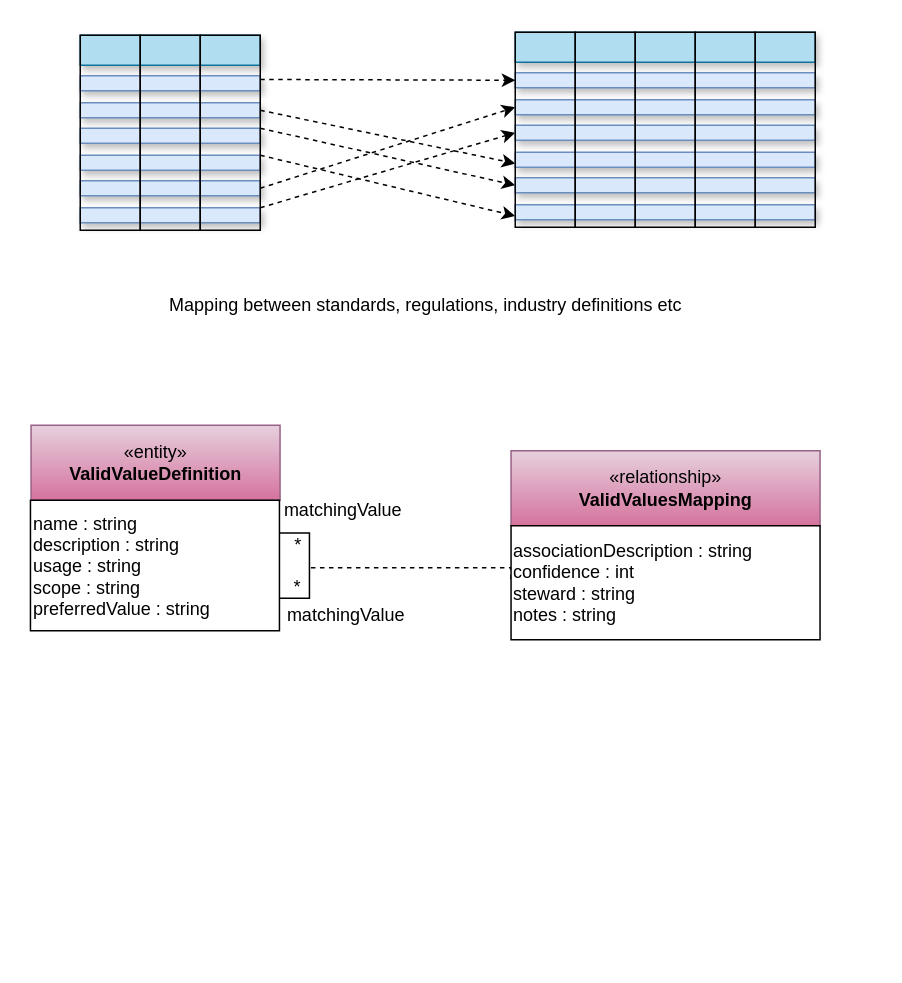
odpi/egeria-docs keeps this draw.io diagram as page "use-case-4-mapping" (7 of 7) of site/docs/features/reference-data-management/reference-data-management.drawio. Above is the earlier version. Source tidied: cells renumbered, new cells numbered last; positions are measured from the earlier drawing's top-left corner, leaving out a move shared by most shapes. Both pictures are drawn from the tidied source at 150%, with x=0, y=0 at pixel (30, 32).
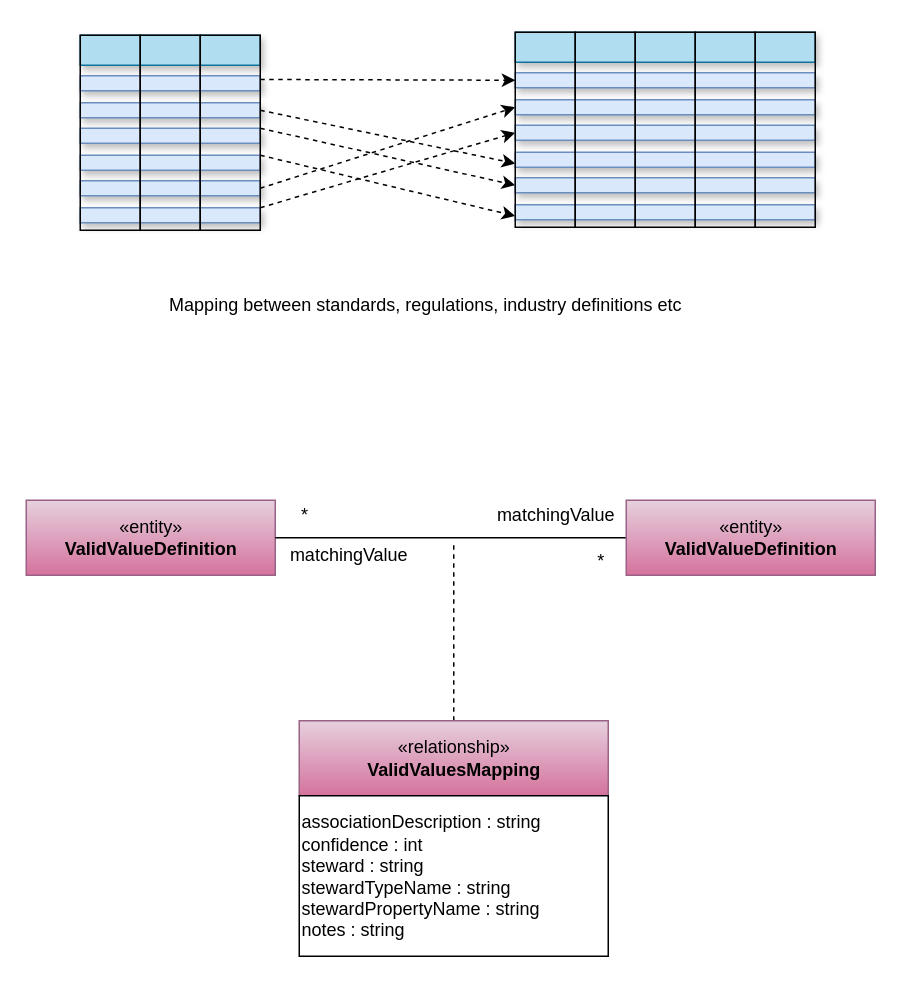
The same diagram, later.

What changed in the source:
```diff
@@
-    <mxCell id="34" value="«entity»&lt;br&gt;&lt;b&gt;ValidValueDefinition&lt;/b&gt;" style="html=1;strokeColor=#996185;align=center;fillColor=#e6d0de;gradientColor=#d5739d;" parent="1" vertex="1">
-      <mxGeometry x="0.2" y="262" width="166" height="50" as="geometry" />
-    </mxCell>
-    <mxCell id="35" value="&lt;span&gt;name : string&lt;br&gt;&lt;/span&gt;&lt;span&gt;description : string&lt;/span&gt;&lt;br&gt;&lt;span&gt;usage : string&lt;/span&gt;&lt;br&gt;&lt;span&gt;scope : string&lt;br&gt;preferredValue : string&lt;br&gt;&lt;/span&gt;" style="rounded=0;whiteSpace=wrap;html=1;strokeColor=#000000;gradientColor=#ffffff;align=left;" parent="1" vertex="1">
-      <mxGeometry x="-0.2" y="312" width="166" height="87" as="geometry" />
-    </mxCell>
-    <mxCell id="36" style="edgeStyle=orthogonalEdgeStyle;rounded=0;orthogonalLoop=1;jettySize=auto;html=1;exitX=1;exitY=0.25;exitDx=0;exitDy=0;entryX=1;entryY=0.75;entryDx=0;entryDy=0;endArrow=none;endFill=0;" parent="1" edge="1" source="35" target="35">
-      <mxGeometry relative="1" as="geometry" />
-    </mxCell>
-    <mxCell id="37" value="matchingValue" style="text;html=1;strokeColor=none;fillColor=none;align=center;verticalAlign=middle;whiteSpace=wrap;rounded=0;" parent="1" vertex="1">
-      <mxGeometry x="172.2" y="309" width="73" height="20" as="geometry" />
-    </mxCell>
-    <mxCell id="38" value="matchingValue" style="text;html=1;strokeColor=none;fillColor=none;align=center;verticalAlign=middle;whiteSpace=wrap;rounded=0;" parent="1" vertex="1">
-      <mxGeometry x="168.2" y="379" width="84.5" height="20" as="geometry" />
-    </mxCell>
+    <mxCell id="44" value="«entity»&lt;br&gt;&lt;b&gt;ValidValueDefinition&lt;/b&gt;" style="html=1;strokeColor=#996185;align=center;fillColor=#e6d0de;gradientColor=#d5739d;" parent="1" vertex="1">
+      <mxGeometry x="-3" y="312" width="166" height="50" as="geometry" />
+    </mxCell>
+    <mxCell id="45" style="edgeStyle=orthogonalEdgeStyle;rounded=0;jettySize=auto;html=1;exitX=1;exitY=0.5;exitDx=0;exitDy=0;entryX=0;entryY=0.5;entryDx=0;entryDy=0;endArrow=none;endFill=0;" parent="1" edge="1" source="44" target="50">
+      <mxGeometry relative="1" as="geometry" />
+    </mxCell>
+    <mxCell id="46" value="matchingValue" style="text;html=1;strokeColor=none;fillColor=none;align=center;verticalAlign=middle;whiteSpace=wrap;rounded=0;" parent="1" vertex="1">
+      <mxGeometry x="314" y="312" width="73" height="20" as="geometry" />
+    </mxCell>
+    <mxCell id="47" value="matchingValue" style="text;html=1;strokeColor=none;fillColor=none;align=center;verticalAlign=middle;whiteSpace=wrap;rounded=0;" parent="1" vertex="1">
+      <mxGeometry x="170" y="339" width="84.5" height="20" as="geometry" />
+    </mxCell>
+    <mxCell id="48" style="edgeStyle=orthogonalEdgeStyle;rounded=0;jettySize=auto;html=1;endArrow=none;endFill=0;dashed=1;" parent="1" edge="1" source="39">
+      <mxGeometry relative="1" as="geometry">
+        <mxPoint x="282" y="339" as="targetPoint" />
+      </mxGeometry>
+    </mxCell>
     <mxCell id="39" value="«relationship»&lt;br&gt;&lt;b&gt;ValidValuesMapping&lt;/b&gt;" style="html=1;strokeColor=#996185;align=center;fillColor=#e6d0de;gradientColor=#d5739d;" parent="1" vertex="1">
-      <mxGeometry x="320.2" y="279" width="206" height="50" as="geometry" />
+      <mxGeometry x="179" y="459" width="206" height="50" as="geometry" />
     </mxCell>
-    <mxCell id="40" style="endArrow=none;dashed=1;html=1;edgeStyle=orthogonalEdgeStyle;rounded=0;entryX=0;entryY=0.5;entryDx=0;entryDy=0;" parent="1" edge="1" target="41">
-      <mxGeometry relative="1" as="geometry">
-        <mxPoint x="186.8" y="357" as="sourcePoint" />
-        <Array as="points">
-          <mxPoint x="320.2" y="357" />
-        </Array>
-      </mxGeometry>
-    </mxCell>
-    <mxCell id="41" value="&lt;div style=&quot;white-space: normal&quot;&gt;&lt;span&gt;associationDescription : string&lt;/span&gt;&lt;/div&gt;&lt;div style=&quot;white-space: normal&quot;&gt;&lt;span&gt;confidence : int&lt;/span&gt;&lt;br&gt;&lt;/div&gt;&lt;div style=&quot;white-space: normal&quot;&gt;steward : string&lt;/div&gt;&lt;div style=&quot;white-space: normal&quot;&gt;notes : string&lt;/div&gt;" style="rounded=0;whiteSpace=wrap;html=1;strokeColor=#000000;gradientColor=#ffffff;align=left;" parent="1" vertex="1">
-      <mxGeometry x="320.2" y="329" width="206" height="76" as="geometry" />
-    </mxCell>
+    <mxCell id="49" value="&lt;div style=&quot;white-space: normal&quot;&gt;&lt;span&gt;associationDescription : string&lt;/span&gt;&lt;/div&gt;&lt;div style=&quot;white-space: normal&quot;&gt;&lt;span&gt;confidence : int&lt;/span&gt;&lt;br&gt;&lt;/div&gt;&lt;div style=&quot;white-space: normal&quot;&gt;steward : string&lt;/div&gt;&lt;div style=&quot;white-space: normal&quot;&gt;stewardTypeName : string&lt;/div&gt;&lt;div style=&quot;white-space: normal&quot;&gt;stewardPropertyName : string&lt;/div&gt;&lt;div style=&quot;white-space: normal&quot;&gt;notes : string&lt;/div&gt;" style="rounded=0;whiteSpace=wrap;html=1;strokeColor=#000000;gradientColor=#ffffff;align=left;" parent="1" vertex="1">
+      <mxGeometry x="179" y="509" width="206" height="107" as="geometry" />
+    </mxCell>
     <mxCell id="42" value="*" style="text;html=1;align=center;verticalAlign=middle;" parent="1" vertex="1">
-      <mxGeometry x="170.8" y="333" width="15" height="18" as="geometry" />
+      <mxGeometry x="372" y="344" width="15" height="18" as="geometry" />
     </mxCell>
     <mxCell id="43" value="*" style="text;html=1;strokeColor=none;fillColor=none;align=center;verticalAlign=middle;whiteSpace=wrap;rounded=0;" parent="1" vertex="1">
-      <mxGeometry x="157.8" y="360" width="40" height="20" as="geometry" />
+      <mxGeometry x="163" y="312" width="40" height="20" as="geometry" />
     </mxCell>
+    <mxCell id="50" value="«entity»&lt;br&gt;&lt;b&gt;ValidValueDefinition&lt;/b&gt;" style="html=1;strokeColor=#996185;align=center;fillColor=#e6d0de;gradientColor=#d5739d;" parent="1" vertex="1">
+      <mxGeometry x="397" y="312" width="166" height="50" as="geometry" />
+    </mxCell>
```
